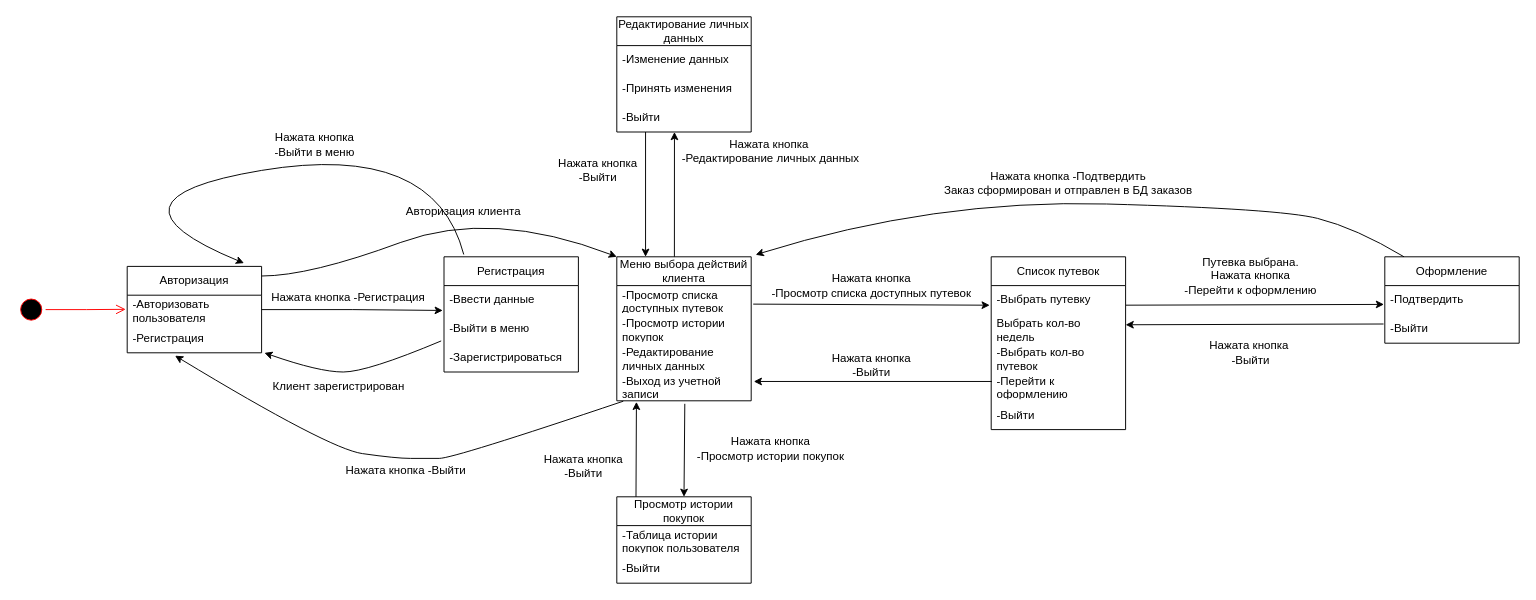
Above: Диаграмма переходов КЛИЕНТА.drawio in Korobkov124/Interface-layout.Task4 (draw.io), before the change. Source tidied: cells renumbered, new cells numbered last; positions are measured from the earlier drawing's top-left corner, leaving out a move shared by most shapes. Both pictures are drawn from the tidied source at 96%, with x=0, y=0 at pixel (16, 16).
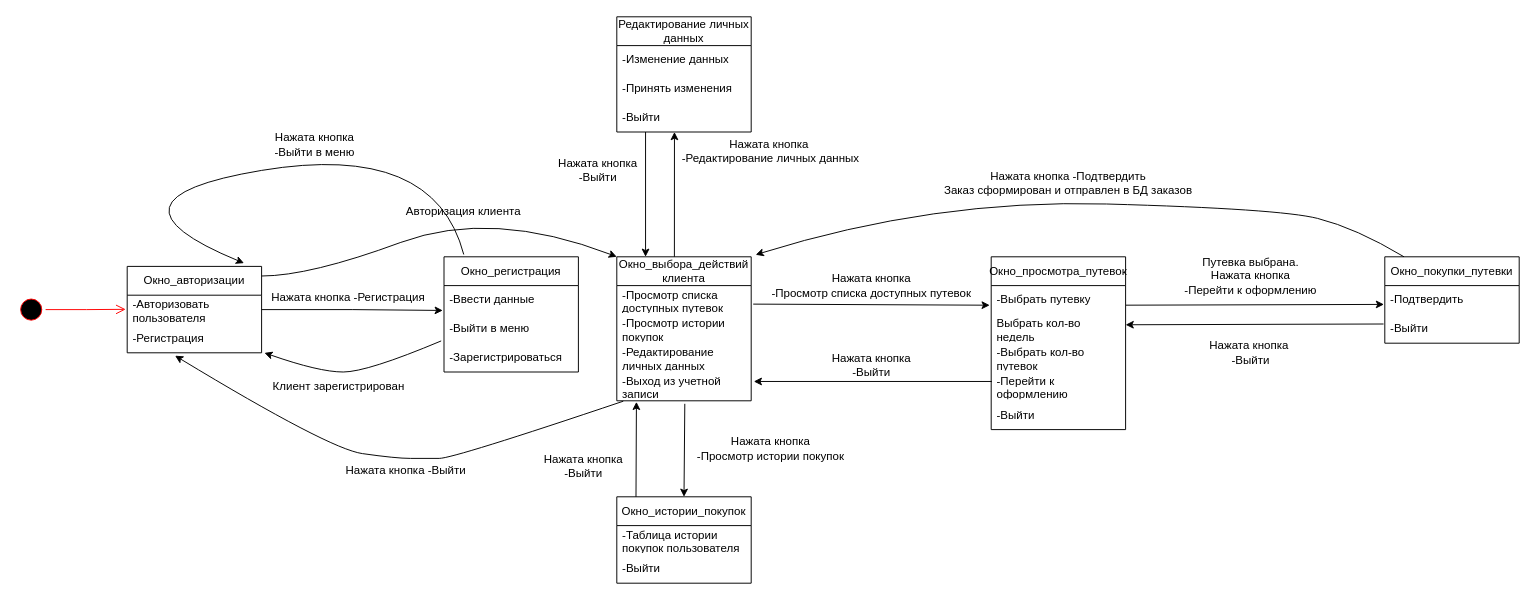
The same diagram, later.

The edit, as a diff of the source:
```diff
@@
-    <mxCell id="2" value="Авторизация" style="swimlane;fontStyle=0;horizontal=1;startSize=30;whiteSpace=wrap;html=1;" parent="1" vertex="1">
+    <mxCell id="2" value="Окно_авторизации" style="swimlane;fontStyle=0;horizontal=1;startSize=30;whiteSpace=wrap;html=1;" parent="1" vertex="1">
       <mxGeometry x="115" y="260" width="140" height="90" as="geometry" />
     </mxCell>
@@
-    <mxCell id="5" value="Регистрация" style="swimlane;fontStyle=0;horizontal=1;startSize=30;whiteSpace=wrap;html=1;" parent="1" vertex="1">
+    <mxCell id="5" value="Окно_регистрация" style="swimlane;fontStyle=0;horizontal=1;startSize=30;whiteSpace=wrap;html=1;" parent="1" vertex="1">
       <mxGeometry x="445" y="250" width="140" height="120" as="geometry" />
     </mxCell>
@@
-    <mxCell id="11" value="Меню выбора действий клиента" style="swimlane;fontStyle=0;horizontal=1;startSize=30;whiteSpace=wrap;html=1;" parent="1" vertex="1">
+    <mxCell id="11" value="Окно_выбора_действий клиента" style="swimlane;fontStyle=0;horizontal=1;startSize=30;whiteSpace=wrap;html=1;" parent="1" vertex="1">
       <mxGeometry x="625" y="250" width="140" height="150" as="geometry" />
     </mxCell>
@@
-    <mxCell id="24" value="Список путевок" style="swimlane;fontStyle=0;horizontal=1;startSize=30;whiteSpace=wrap;html=1;" parent="1" vertex="1">
+    <mxCell id="24" value="Окно_просмотра_путевок" style="swimlane;fontStyle=0;horizontal=1;startSize=30;whiteSpace=wrap;html=1;" parent="1" vertex="1">
       <mxGeometry x="1015" y="250" width="140" height="180" as="geometry" />
     </mxCell>
@@
-    <mxCell id="34" value="Оформление" style="swimlane;fontStyle=0;horizontal=1;startSize=30;whiteSpace=wrap;html=1;" parent="1" vertex="1">
+    <mxCell id="34" value="Окно_покупки_путевки" style="swimlane;fontStyle=0;horizontal=1;startSize=30;whiteSpace=wrap;html=1;" parent="1" vertex="1">
       <mxGeometry x="1425" y="250" width="140" height="90" as="geometry" />
     </mxCell>
@@
-    <mxCell id="43" value="Просмотр истории покупок" style="swimlane;fontStyle=0;horizontal=1;startSize=30;whiteSpace=wrap;html=1;" parent="1" vertex="1">
+    <mxCell id="43" value="Окно_истории_покупок" style="swimlane;fontStyle=0;horizontal=1;startSize=30;whiteSpace=wrap;html=1;" parent="1" vertex="1">
       <mxGeometry x="625" y="500" width="140" height="90" as="geometry" />
     </mxCell>
```
